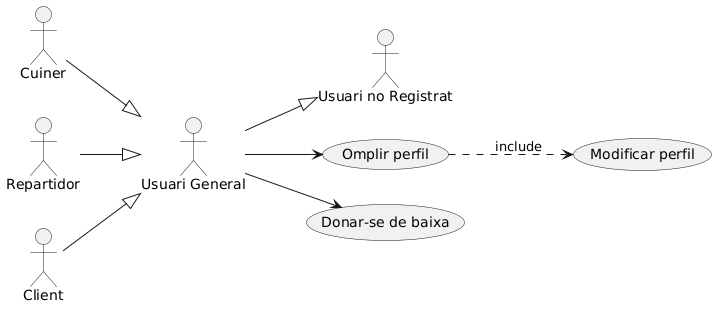
Earlier version of the PlantUML export documents/Diagrames/Cas d'ús/Usuari General/UML_Cas_d_us_UsuariGeneral.png (martipages/ES23UAB431-02).
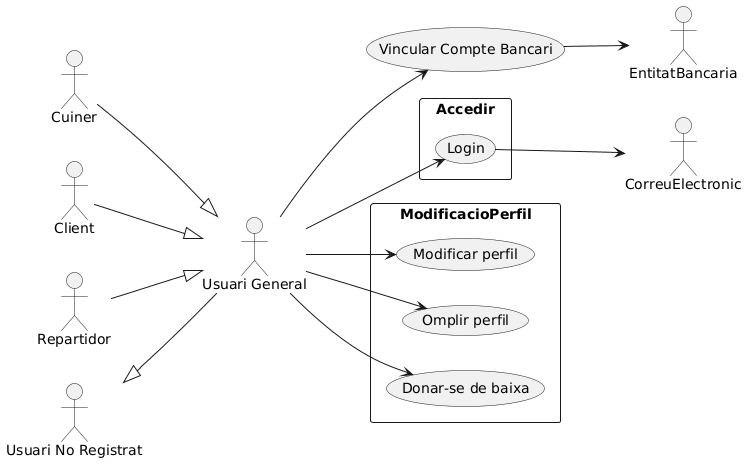
Later version of the same file.

Diff of the diagram source:
```diff
@@ -1,17 +1,58 @@
 @startuml
 left to right direction
 
-:Usuari General: as Usuari
+
 :Cuiner:
+
+:Client:
+
 :Repartidor:
-:Client:
-:Usuari no Registrat: as UsuariN
 
-Usuari --> (Omplir perfil)
-(Omplir perfil) ..> (Modificar perfil) : include
-Usuari --> (Donar-se de baixa)
-Client --|> Usuari
-Cuiner --|> Usuari
-Repartidor --|> Usuari
-Usuari --|> UsuariN
+:Usuari General: as UsuariGeneral
+
+:Usuari No Registrat: as UsuariNoRegistrat
+
+rectangle Accedir {
+
+(Login) as Login
+
+}
+
+rectangle ModificacioPerfil {
+
+(Donar-se de baixa)
+
+(Omplir perfil)
+
+(Modificar perfil)
+
+}
+
+(Vincular Compte Bancari) as VincularCompteBancari
+
+
+Client --|> UsuariGeneral
+
+Cuiner --|> UsuariGeneral
+
+Repartidor --|> UsuariGeneral
+
+UsuariNoRegistrat <|-- UsuariGeneral
+
+
+VincularCompteBancari --> EntitatBancaria
+
+Login --> CorreuElectronic
+
+
+UsuariGeneral --> VincularCompteBancari
+
+UsuariGeneral --> Login
+
+UsuariGeneral --> (Donar-se de baixa)
+
+UsuariGeneral --> (Omplir perfil)
+
+UsuariGeneral --> (Modificar perfil)
+
 @enduml
```
